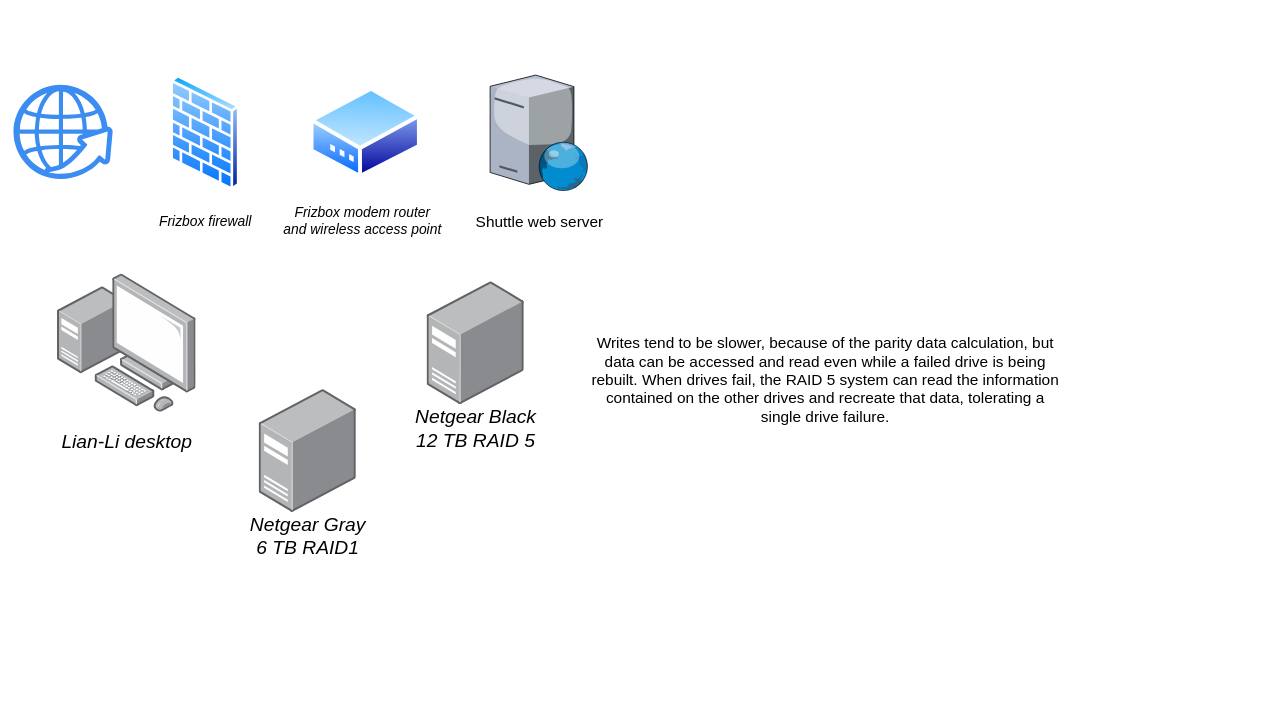
Before: backup strategy.drawio in hupratt/aws-scripting, a draw.io diagram. Source tidied: cells renumbered, new cells numbered last; positions are measured from the earlier drawing's top-left corner, leaving out a move shared by most shapes. Both pictures are drawn from the tidied source at 77%, with x=0, y=0 at pixel (13, 75).
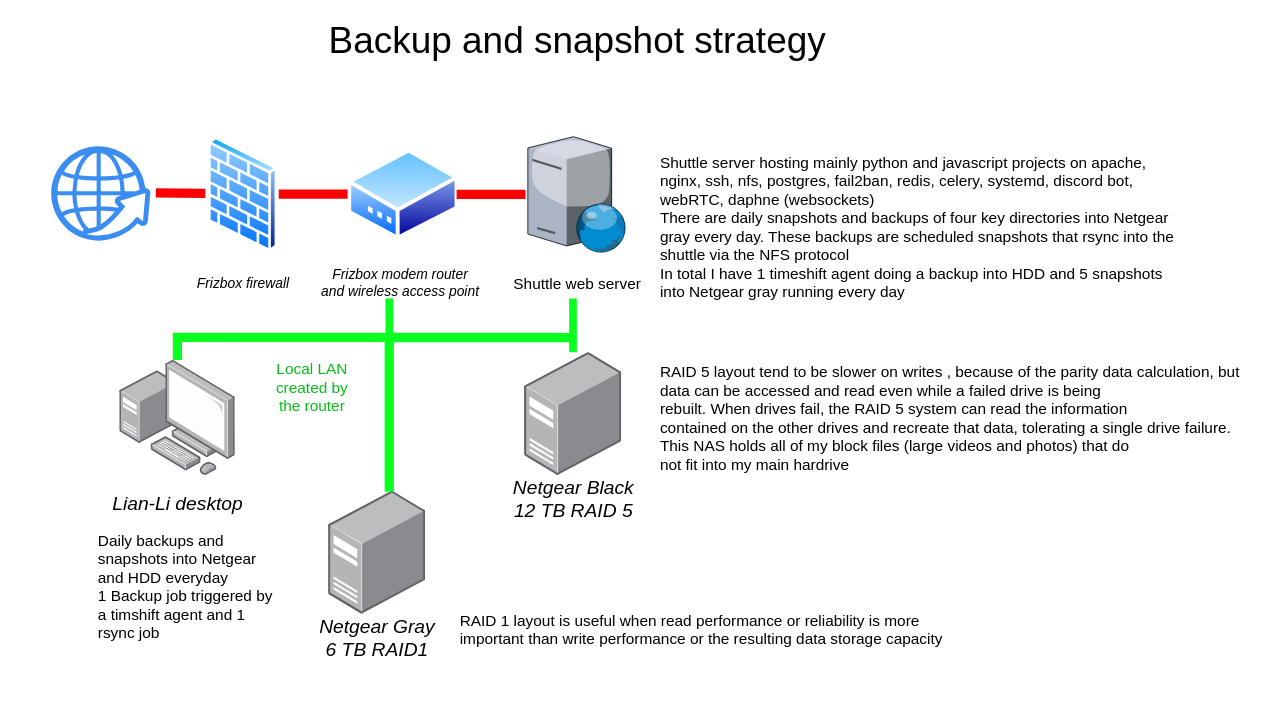
After the change.

Diff of the diagram source:
```diff
@@
     <mxCell id="2" style="points=[];html=1;align=center;shadow=0;dashed=0;image;image=img/lib/allied_telesis/computer_and_terminals/Server_Desktop.svg;" parent="1" vertex="1">
-      <mxGeometry x="537" y="268" width="126.2" height="160" as="geometry" />
+      <mxGeometry x="663.6" y="360" width="126.2" height="160" as="geometry" />
     </mxCell>
     <mxCell id="3" value="&lt;div&gt;&lt;font style=&quot;font-size: 25px;&quot;&gt;&lt;i&gt;&lt;font style=&quot;font-size: 25px;&quot;&gt;Netgear Black&lt;/font&gt;&lt;/i&gt;&lt;/font&gt;&lt;/div&gt;&lt;div&gt;&lt;font style=&quot;font-size: 25px;&quot;&gt;&lt;i&gt;&lt;font style=&quot;font-size: 25px;&quot;&gt;12 TB RAID 5&lt;br&gt;&lt;/font&gt;&lt;/i&gt;&lt;/font&gt;&lt;/div&gt;" style="text;html=1;align=center;verticalAlign=middle;strokeColor=none;fillColor=none;" parent="1" vertex="1">
-      <mxGeometry x="510.1" y="418" width="180" height="80" as="geometry" />
+      <mxGeometry x="636.7" y="510" width="180" height="80" as="geometry" />
     </mxCell>
     <mxCell id="4" style="html=1;align=center;shadow=0;dashed=0;image;image=img/lib/allied_telesis/computer_and_terminals/Server_Desktop.svg;" parent="1" vertex="1">
-      <mxGeometry x="318.9" y="408" width="126.2" height="160" as="geometry" />
+      <mxGeometry x="409.1" y="540" width="126.2" height="160" as="geometry" />
     </mxCell>
     <mxCell id="5" value="&lt;div&gt;&lt;font style=&quot;font-size: 25px;&quot;&gt;&lt;i&gt;&lt;font style=&quot;font-size: 25px;&quot;&gt;Netgear Gray&lt;/font&gt;&lt;/i&gt;&lt;/font&gt;&lt;/div&gt;&lt;div&gt;&lt;font style=&quot;font-size: 25px;&quot;&gt;&lt;i&gt;&lt;font style=&quot;font-size: 25px;&quot;&gt;6 TB RAID1&lt;br&gt;&lt;/font&gt;&lt;/i&gt;&lt;/font&gt;&lt;/div&gt;" style="text;html=1;align=center;verticalAlign=middle;strokeColor=none;fillColor=none;" parent="1" vertex="1">
-      <mxGeometry x="297" y="558" width="170" height="80" as="geometry" />
+      <mxGeometry x="387.2" y="690" width="170" height="80" as="geometry" />
     </mxCell>
+    <mxCell id="16" style="edgeStyle=orthogonalEdgeStyle;rounded=0;jettySize=auto;html=1;fontSize=20;strokeWidth=12;strokeColor=#08FF20;endArrow=none;endFill=0;" parent="1" edge="1" source="6" target="18">
+      <mxGeometry relative="1" as="geometry" />
+    </mxCell>
     <mxCell id="6" style="points=[];html=1;align=center;shadow=0;dashed=0;image;image=img/lib/allied_telesis/computer_and_terminals/Personal_Computer_with_Server.svg;fontSize=25;" parent="1" vertex="1">
-      <mxGeometry x="57" y="258" width="180" height="180" as="geometry" />
+      <mxGeometry x="137.9" y="370" width="150" height="150" as="geometry" />
     </mxCell>
     <mxCell id="7" style="verticalLabelPosition=bottom;sketch=0;html=1;verticalAlign=top;strokeColor=none;align=center;shape=mxgraph.citrix.web_server;fontSize=25;" parent="1" vertex="1">
-      <mxGeometry x="619" width="127.5" height="150" as="geometry" />
+      <mxGeometry x="668" y="80" width="127.5" height="150" as="geometry" />
     </mxCell>
     <mxCell id="8" style="perimeter=ellipsePerimeter;html=1;align=center;shadow=0;dashed=0;spacingTop=3;image;image=img/lib/active_directory/modem.svg;fontSize=25;" parent="1" vertex="1">
-      <mxGeometry x="385" y="15" width="144.6" height="120" as="geometry" />
+      <mxGeometry x="433.9" y="95" width="144.6" height="120" as="geometry" />
     </mxCell>
     <mxCell id="9" style="sketch=0;html=1;strokeColor=none;shadow=0;align=center;verticalAlign=top;fillColor=#3B8DF1;shape=mxgraph.gcp2.globe_world;fontSize=25;" parent="1" vertex="1">
-      <mxGeometry y="12.5" width="128.9" height="122.5" as="geometry" />
+      <mxGeometry x="49" y="92.5" width="128.9" height="122.5" as="geometry" />
     </mxCell>
     <mxCell id="10" style="perimeter=ellipsePerimeter;html=1;align=center;shadow=0;dashed=0;spacingTop=3;image;image=img/lib/active_directory/firewall.svg;fontSize=25;" parent="1" vertex="1">
-      <mxGeometry x="203.2" width="91.5" height="150" as="geometry" />
+      <mxGeometry x="252.2" y="80" width="91.5" height="150" as="geometry" />
     </mxCell>
     <mxCell id="11" value="&lt;font style=&quot;font-size: 25px;&quot;&gt;&lt;i&gt;&lt;font style=&quot;font-size: 25px;&quot;&gt;Lian-Li desktop&lt;br&gt;&lt;/font&gt;&lt;/i&gt;&lt;/font&gt;" style="text;html=1;align=center;verticalAlign=middle;strokeColor=none;fillColor=none;" parent="1" vertex="1">
-      <mxGeometry x="52" y="450" width="190" height="50" as="geometry" />
+      <mxGeometry x="117.9" y="530" width="190" height="50" as="geometry" />
     </mxCell>
     <mxCell id="12" value="&lt;font style=&quot;font-size: 18px;&quot;&gt;&lt;i&gt;&lt;font style=&quot;font-size: 18px;&quot;&gt;&lt;font style=&quot;font-size: 18px;&quot;&gt;Frizbox firewall&lt;/font&gt;&lt;br&gt;&lt;/font&gt;&lt;/i&gt;&lt;/font&gt;" style="text;html=1;align=center;verticalAlign=middle;strokeColor=none;fillColor=none;" parent="1" vertex="1">
-      <mxGeometry x="179" y="171.2" width="140" height="40" as="geometry" />
+      <mxGeometry x="227.9" y="251.2" width="140" height="40" as="geometry" />
     </mxCell>
     <mxCell id="13" value="&lt;div style=&quot;font-size: 18px;&quot;&gt;&lt;font style=&quot;font-size: 18px;&quot;&gt;&lt;i&gt;&lt;font style=&quot;font-size: 18px;&quot;&gt;Frizbox modem router &lt;br&gt;&lt;/font&gt;&lt;/i&gt;&lt;/font&gt;&lt;/div&gt;&lt;div style=&quot;font-size: 18px;&quot;&gt;&lt;font style=&quot;font-size: 18px;&quot;&gt;&lt;i&gt;&lt;font style=&quot;font-size: 18px;&quot;&gt;and wireless access point&lt;br&gt;&lt;/font&gt;&lt;/i&gt;&lt;/font&gt;&lt;/div&gt;" style="text;html=1;align=center;verticalAlign=middle;strokeColor=none;fillColor=none;" parent="1" vertex="1">
-      <mxGeometry x="338.3" y="160" width="230" height="60" as="geometry" />
+      <mxGeometry x="387.2" y="240" width="230" height="60" as="geometry" />
     </mxCell>
     <mxCell id="14" value="&lt;font style=&quot;font-size: 20px;&quot;&gt;Shuttle web server&lt;/font&gt;" style="text;html=1;align=center;verticalAlign=middle;points=[];strokeColor=none;fillColor=none;" parent="1" vertex="1">
-      <mxGeometry x="587.8" y="170" width="190" height="40" as="geometry" />
+      <mxGeometry x="636.7" y="250" width="190" height="40" as="geometry" />
     </mxCell>
-    <mxCell id="15" value="Writes tend to be slower, because of the parity data calculation, but &lt;br/&gt;data can be accessed and read even while a failed drive is being &lt;br/&gt;rebuilt. When drives fail, the RAID 5 system can read the information &lt;br/&gt;contained on the other drives and recreate that data, tolerating a &lt;br/&gt;single drive failure." style="text;html=1;align=center;verticalAlign=middle;strokeColor=none;fillColor=none;fontSize=20;" parent="1" vertex="1">
-      <mxGeometry x="739" y="330" width="630" height="130" as="geometry" />
+    <mxCell id="15" value="RAID 5 layout tend to be slower on writes , because of the parity data calculation, but &lt;br&gt;data can be accessed and read even while a failed drive is being &lt;br&gt;rebuilt. When drives fail, the RAID 5 system can read the information &lt;br&gt;contained on the other drives and recreate that data, tolerating a single drive failure.&lt;div&gt;This NAS holds all of my block files (large videos and photos) that do &lt;br&gt;&lt;/div&gt;&lt;div&gt;not fit into my main hardrive&lt;br&gt;&lt;/div&gt;" style="text;html=1;align=left;verticalAlign=middle;fontSize=20;rounded=0;" parent="1" vertex="1">
+      <mxGeometry x="838" y="365" width="770" height="160" as="geometry" />
     </mxCell>
+    <mxCell id="17" value="RAID 1 layout is useful when read performance or reliability is more important than write performance or the resulting data storage capacity" style="text;whiteSpace=wrap;html=1;fontSize=20;" parent="1" vertex="1">
+      <mxGeometry x="578" y="690" width="670.7" height="68" as="geometry" />
+    </mxCell>
+    <mxCell id="18" style="line;strokeWidth=12;dashed=0;labelPosition=right;align=left;verticalAlign=middle;spacingTop=0;spacingLeft=6;points=[];portConstraint=eastwest;rounded=0;sketch=0;fontSize=20;strokeColor=#08FF20;" parent="1" vertex="1">
+      <mxGeometry x="257.9" y="321" width="447.7" height="39" as="geometry" />
+    </mxCell>
+    <mxCell id="19" style="edgeStyle=orthogonalEdgeStyle;rounded=0;orthogonalLoop=1;jettySize=auto;html=1;fontSize=20;strokeWidth=12;strokeColor=#08FF20;endArrow=none;endFill=0;" parent="1" edge="1">
+      <mxGeometry relative="1" as="geometry">
+        <mxPoint x="488" y="541" as="sourcePoint" />
+        <mxPoint x="728" y="341" as="targetPoint" />
+        <Array as="points">
+          <mxPoint x="488" y="341" />
+        </Array>
+      </mxGeometry>
+    </mxCell>
+    <mxCell id="20" style="edgeStyle=orthogonalEdgeStyle;rounded=0;jettySize=auto;html=1;fontSize=20;strokeWidth=10;strokeColor=#08FF20;endArrow=none;endFill=0;entryX=0.473;entryY=1.007;entryDx=0;entryDy=0;entryPerimeter=0;" parent="1" edge="1" source="2" target="14">
+      <mxGeometry relative="1" as="geometry" />
+    </mxCell>
+    <mxCell id="21" style="edgeStyle=orthogonalEdgeStyle;rounded=0;orthogonalLoop=1;jettySize=auto;html=1;fontSize=20;strokeWidth=10;strokeColor=#08FF20;endArrow=none;endFill=0;" parent="1" edge="1">
+      <mxGeometry relative="1" as="geometry">
+        <mxPoint x="488.2" y="350" as="sourcePoint" />
+        <mxPoint x="488" y="290" as="targetPoint" />
+        <Array as="points">
+          <mxPoint x="488.2" y="320" />
+          <mxPoint x="488.2" y="320" />
+        </Array>
+      </mxGeometry>
+    </mxCell>
+    <mxCell id="22" value="&lt;font color=&quot;#06BD18&quot;&gt;Local LAN created by the router &lt;/font&gt;" style="text;html=1;strokeColor=none;fillColor=none;align=center;verticalAlign=middle;whiteSpace=wrap;rounded=0;fontSize=20;" parent="1" vertex="1">
+      <mxGeometry x="327.9" y="390" width="120" height="30" as="geometry" />
+    </mxCell>
+    <mxCell id="23" style="endArrow=none;html=1;rounded=0;strokeColor=#FF0000;strokeWidth=12;fontSize=20;fontColor=#06BD18;exitX=1;exitY=0.5;exitDx=0;exitDy=0;" parent="1" edge="1">
+      <mxGeometry relative="1" as="geometry">
+        <mxPoint x="575.5" y="155" as="sourcePoint" />
+        <mxPoint x="665" y="155" as="targetPoint" />
+      </mxGeometry>
+    </mxCell>
+    <mxCell id="24" style="endArrow=none;html=1;rounded=0;strokeColor=#FF0000;strokeWidth=12;fontSize=20;fontColor=#06BD18;exitX=1;exitY=0.5;exitDx=0;exitDy=0;" parent="1" edge="1">
+      <mxGeometry relative="1" as="geometry">
+        <mxPoint x="344.5" y="154.7" as="sourcePoint" />
+        <mxPoint x="433.9" y="154.7" as="targetPoint" />
+      </mxGeometry>
+    </mxCell>
+    <mxCell id="25" style="endArrow=none;html=1;rounded=0;strokeColor=#FF0000;strokeWidth=12;fontSize=20;fontColor=#06BD18;" parent="1" edge="1">
+      <mxGeometry relative="1" as="geometry">
+        <mxPoint x="184.9" y="153" as="sourcePoint" />
+        <mxPoint x="249.2" y="153.5" as="targetPoint" />
+      </mxGeometry>
+    </mxCell>
+    <mxCell id="26" value="&lt;div&gt;Shuttle server hosting mainly python and javascript projects on apache, nginx, ssh, nfs, postgres, fail2ban, redis, celery, systemd, discord bot, webRTC, daphne (websockets)&lt;/div&gt;&lt;div&gt;There are daily snapshots and backups of four key directories into Netgear gray every day. These backups are scheduled snapshots that rsync into the shuttle via the NFS protocol&lt;/div&gt;&lt;div&gt;In total I have 1 timeshift agent doing a backup into HDD and 5 snapshots into Netgear gray running every day&lt;br&gt;&lt;/div&gt;&lt;div&gt;&lt;br&gt;&lt;/div&gt;" style="text;whiteSpace=wrap;html=1;fontSize=20;" parent="1" vertex="1">
+      <mxGeometry x="838" y="95" width="670.7" height="169" as="geometry" />
+    </mxCell>
+    <mxCell id="27" value="&lt;div&gt;Daily backups and snapshots into Netgear and HDD everyday &lt;br&gt;&lt;/div&gt;&lt;div&gt;1 Backup job triggered by a timshift agent and 1 rsync job&lt;br&gt;&lt;/div&gt;" style="text;whiteSpace=wrap;html=1;fontSize=20;" parent="1" vertex="1">
+      <mxGeometry x="107.9" y="586" width="228.8" height="244" as="geometry" />
+    </mxCell>
+    <mxCell id="28" value="&lt;font style=&quot;font-size: 48px;&quot; color=&quot;#000000&quot;&gt;Backup and snapshot strategy&lt;/font&gt;" style="text;html=1;align=center;verticalAlign=middle;strokeColor=none;fillColor=none;fontSize=20;fontColor=#06BD18;" parent="1" vertex="1">
+      <mxGeometry x="397.2" y="-80" width="670" height="70" as="geometry" />
+    </mxCell>
```
